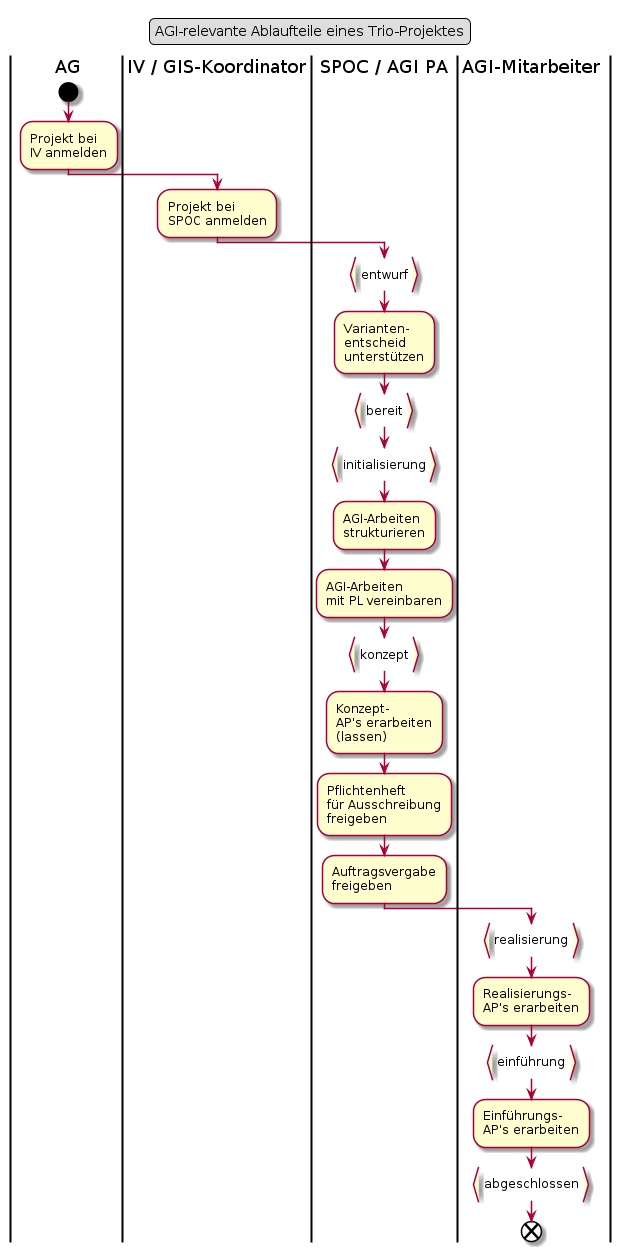
The PlantUML diagram dok/puml_output/flow_trioprojekt.png in ojeker/docktick, before a commit. The source it was exported from:
```plantuml
@startuml
legend top
	AGI-relevante Ablaufteile eines Trio-Projektes
end legend
|AG|
start
:Projekt bei
IV anmelden;
|IV / GIS-Koordinator|
:Projekt bei
SPOC anmelden;
|SPOC / AGI PA|
:entwurf}
:Varianten-
entscheid
unterstützen;
:bereit}
:initialisierung}
:AGI-Arbeiten
strukturieren;
:AGI-Arbeiten
mit PL vereinbaren;
:konzept}
:Konzept-
AP's erarbeiten
(lassen);
:Pflichtenheft
für Ausschreibung
freigeben;
:Auftragsvergabe
freigeben;
|AGI-Mitarbeiter|
:realisierung}
:Realisierungs-
AP's erarbeiten;
:einführung}
:Einführungs-
AP's erarbeiten;
:abgeschlossen}
end
@enduml
```
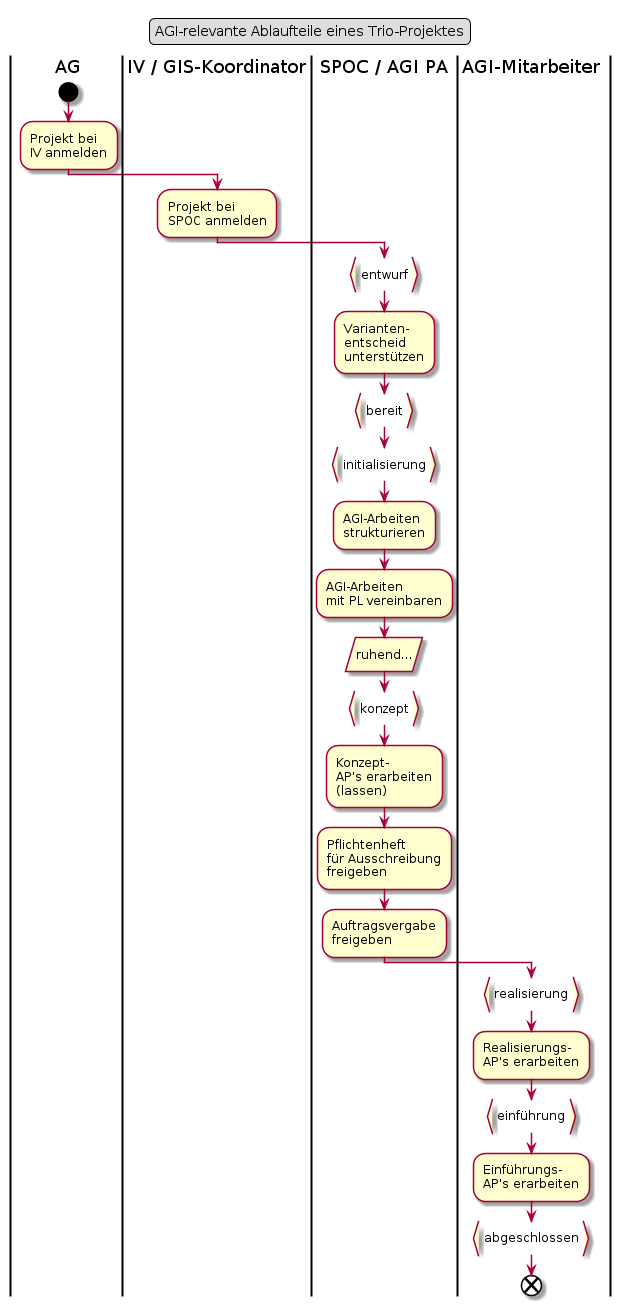
The same diagram one commit later.

Change to the diagram source:
```diff
@@ -20,6 +20,7 @@
 strukturieren;
 :AGI-Arbeiten
 mit PL vereinbaren;
+:ruhend.../
 :konzept}
 :Konzept-
 AP's erarbeiten
```
